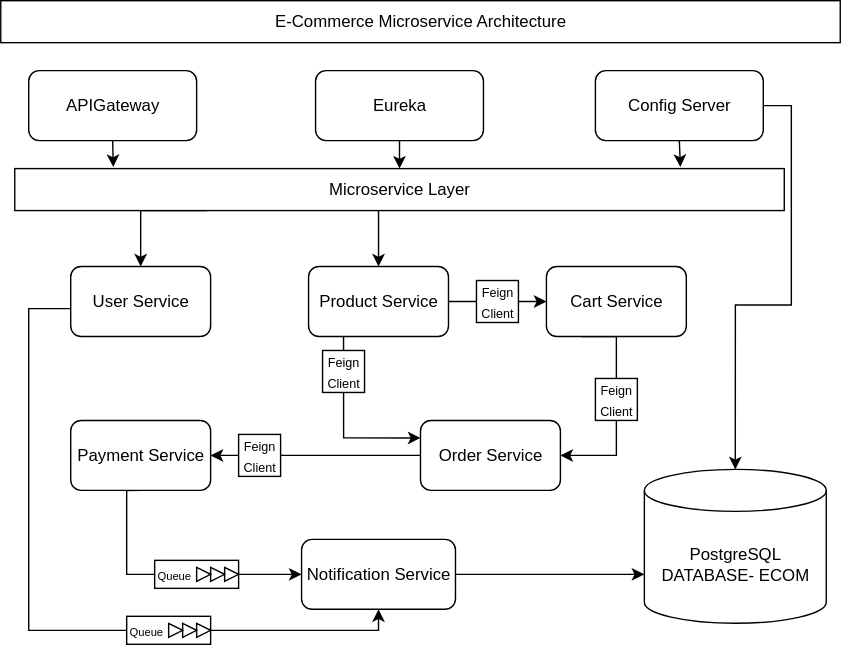
This is Documents/ECom Architecture Dia.svg from Avi0o0/ECommerce, a draw.io export, as it was before one commit. Source tidied: cells renumbered, new cells last; positions are measured from the earlier drawing's top-left corner, leaving out a move shared by most shapes. Its diagram source:
```xml
<mxGraphModel>
  <root>
    <mxCell id="0" />
    <mxCell id="1" parent="0" />
    <mxCell id="2" value="E-Commerce Microservice Architecture" style="rounded=0;whiteSpace=wrap;html=1;" parent="1" vertex="1">
      <mxGeometry width="600" height="30" as="geometry" />
    </mxCell>
    <mxCell id="3" value="APIGateway" style="rounded=1;whiteSpace=wrap;html=1;" parent="1" vertex="1">
      <mxGeometry x="20" y="50" width="120" height="50" as="geometry" />
    </mxCell>
    <mxCell id="4" style="edgeStyle=orthogonalEdgeStyle;rounded=0;jettySize=auto;html=1;exitX=0.5;exitY=1;exitDx=0;exitDy=0;entryX=0.5;entryY=0;entryDx=0;entryDy=0;" parent="1" edge="1" source="5" target="9">
      <mxGeometry relative="1" as="geometry" />
    </mxCell>
    <mxCell id="5" value="Eureka" style="rounded=1;whiteSpace=wrap;html=1;" parent="1" vertex="1">
      <mxGeometry x="225" y="50" width="120" height="50" as="geometry" />
    </mxCell>
    <mxCell id="6" value="Config Server" style="rounded=1;whiteSpace=wrap;html=1;" parent="1" vertex="1">
      <mxGeometry x="425" y="50" width="120" height="50" as="geometry" />
    </mxCell>
    <mxCell id="7" style="edgeStyle=orthogonalEdgeStyle;rounded=0;jettySize=auto;html=1;exitX=0.25;exitY=1;exitDx=0;exitDy=0;entryX=0.5;entryY=0;entryDx=0;entryDy=0;" parent="1" edge="1" source="9" target="11">
      <mxGeometry relative="1" as="geometry">
        <Array as="points">
          <mxPoint x="100" y="150" />
        </Array>
      </mxGeometry>
    </mxCell>
    <mxCell id="8" style="edgeStyle=orthogonalEdgeStyle;rounded=0;jettySize=auto;html=1;entryX=0.5;entryY=0;entryDx=0;entryDy=0;" parent="1" edge="1" target="14">
      <mxGeometry relative="1" as="geometry">
        <mxPoint x="270" y="140" as="sourcePoint" />
      </mxGeometry>
    </mxCell>
    <mxCell id="9" value="Microservice Layer" style="rounded=0;whiteSpace=wrap;html=1;" parent="1" vertex="1">
      <mxGeometry x="10" y="120" width="550" height="30" as="geometry" />
    </mxCell>
    <mxCell id="10" style="edgeStyle=orthogonalEdgeStyle;rounded=0;jettySize=auto;html=1;entryX=0.5;entryY=1;entryDx=0;entryDy=0;" parent="1" edge="1" source="11" target="19">
      <mxGeometry relative="1" as="geometry">
        <Array as="points">
          <mxPoint x="20" y="220" />
          <mxPoint x="20" y="450" />
          <mxPoint x="270" y="450" />
        </Array>
      </mxGeometry>
    </mxCell>
    <mxCell id="11" value="User Service" style="rounded=1;whiteSpace=wrap;html=1;" parent="1" vertex="1">
      <mxGeometry x="50" y="190" width="100" height="50" as="geometry" />
    </mxCell>
    <mxCell id="12" style="edgeStyle=orthogonalEdgeStyle;rounded=0;jettySize=auto;html=1;exitX=1;exitY=0.5;exitDx=0;exitDy=0;entryX=0;entryY=0.5;entryDx=0;entryDy=0;" parent="1" edge="1" source="14" target="16">
      <mxGeometry relative="1" as="geometry" />
    </mxCell>
    <mxCell id="13" style="edgeStyle=orthogonalEdgeStyle;rounded=0;jettySize=auto;html=1;exitX=0.25;exitY=1;exitDx=0;exitDy=0;entryX=0;entryY=0.25;entryDx=0;entryDy=0;" parent="1" edge="1" source="14" target="21">
      <mxGeometry relative="1" as="geometry" />
    </mxCell>
    <mxCell id="14" value="Product Service" style="rounded=1;whiteSpace=wrap;html=1;" parent="1" vertex="1">
      <mxGeometry x="220" y="190" width="100" height="50" as="geometry" />
    </mxCell>
    <mxCell id="15" style="edgeStyle=orthogonalEdgeStyle;rounded=0;jettySize=auto;html=1;exitX=0.25;exitY=1;exitDx=0;exitDy=0;entryX=1;entryY=0.5;entryDx=0;entryDy=0;" parent="1" edge="1" source="16" target="21">
      <mxGeometry relative="1" as="geometry">
        <Array as="points">
          <mxPoint x="440" y="240" />
          <mxPoint x="440" y="325" />
        </Array>
      </mxGeometry>
    </mxCell>
    <mxCell id="16" value="Cart Service" style="rounded=1;whiteSpace=wrap;html=1;" parent="1" vertex="1">
      <mxGeometry x="390" y="190" width="100" height="50" as="geometry" />
    </mxCell>
    <mxCell id="17" style="edgeStyle=orthogonalEdgeStyle;rounded=0;jettySize=auto;html=1;exitX=0.5;exitY=1;exitDx=0;exitDy=0;entryX=0;entryY=0.5;entryDx=0;entryDy=0;" parent="1" edge="1" source="18" target="19">
      <mxGeometry relative="1" as="geometry">
        <Array as="points">
          <mxPoint x="90" y="350" />
          <mxPoint x="90" y="410" />
        </Array>
      </mxGeometry>
    </mxCell>
    <mxCell id="18" value="Payment Service" style="rounded=1;whiteSpace=wrap;html=1;" parent="1" vertex="1">
      <mxGeometry x="50" y="300" width="100" height="50" as="geometry" />
    </mxCell>
    <mxCell id="19" value="Notification Service" style="rounded=1;whiteSpace=wrap;html=1;" parent="1" vertex="1">
      <mxGeometry x="215" y="385" width="110" height="50" as="geometry" />
    </mxCell>
    <mxCell id="20" style="edgeStyle=orthogonalEdgeStyle;rounded=0;jettySize=auto;html=1;entryX=1;entryY=0.5;entryDx=0;entryDy=0;" parent="1" edge="1" source="21" target="18">
      <mxGeometry relative="1" as="geometry" />
    </mxCell>
    <mxCell id="21" value="Order Service" style="rounded=1;whiteSpace=wrap;html=1;" parent="1" vertex="1">
      <mxGeometry x="300" y="300" width="100" height="50" as="geometry" />
    </mxCell>
    <mxCell id="22" value="PostgreSQL&lt;br&gt;DATABASE- ECOM" style="shape=cylinder3;whiteSpace=wrap;html=1;boundedLbl=1;backgroundOutline=1;size=15;" parent="1" vertex="1">
      <mxGeometry x="460" y="335" width="130" height="110" as="geometry" />
    </mxCell>
    <mxCell id="23" value="&lt;font style=&quot;font-size: 9px;&quot;&gt;Feign Client&lt;/font&gt;" style="rounded=0;whiteSpace=wrap;html=1;" parent="1" vertex="1">
      <mxGeometry x="340" y="200" width="30" height="30" as="geometry" />
    </mxCell>
    <mxCell id="24" value="&lt;font style=&quot;font-size: 9px;&quot;&gt;Feign Client&lt;/font&gt;" style="rounded=0;whiteSpace=wrap;html=1;" parent="1" vertex="1">
      <mxGeometry x="425" y="270" width="30" height="30" as="geometry" />
    </mxCell>
    <mxCell id="25" value="&lt;font style=&quot;font-size: 9px;&quot;&gt;Feign Client&lt;/font&gt;" style="rounded=0;whiteSpace=wrap;html=1;" parent="1" vertex="1">
      <mxGeometry x="170" y="310" width="30" height="30" as="geometry" />
    </mxCell>
    <mxCell id="26" value="&lt;font style=&quot;font-size: 9px;&quot;&gt;Feign Client&lt;/font&gt;" style="rounded=0;whiteSpace=wrap;html=1;" parent="1" vertex="1">
      <mxGeometry x="230" y="250" width="30" height="30" as="geometry" />
    </mxCell>
    <mxCell id="27" value="&lt;font style=&quot;font-size: 8px;&quot;&gt;Queue&lt;/font&gt;" style="rounded=0;whiteSpace=wrap;html=1;align=left;" parent="1" vertex="1">
      <mxGeometry x="110" y="400" width="60" height="20" as="geometry" />
    </mxCell>
    <mxCell id="28" style="triangle;whiteSpace=wrap;html=1;" parent="1" vertex="1">
      <mxGeometry x="160" y="405" width="10" height="10" as="geometry" />
    </mxCell>
    <mxCell id="29" style="triangle;whiteSpace=wrap;html=1;" parent="1" vertex="1">
      <mxGeometry x="150" y="405" width="10" height="10" as="geometry" />
    </mxCell>
    <mxCell id="30" style="triangle;whiteSpace=wrap;html=1;" parent="1" vertex="1">
      <mxGeometry x="140" y="405" width="10" height="10" as="geometry" />
    </mxCell>
    <mxCell id="31" value="&lt;font style=&quot;font-size: 8px;&quot;&gt;Queue&lt;/font&gt;" style="rounded=0;whiteSpace=wrap;html=1;align=left;" parent="1" vertex="1">
      <mxGeometry x="90" y="440" width="60" height="20" as="geometry" />
    </mxCell>
    <mxCell id="32" style="triangle;whiteSpace=wrap;html=1;" parent="1" vertex="1">
      <mxGeometry x="140" y="445" width="10" height="10" as="geometry" />
    </mxCell>
    <mxCell id="33" style="triangle;whiteSpace=wrap;html=1;" parent="1" vertex="1">
      <mxGeometry x="130" y="445" width="10" height="10" as="geometry" />
    </mxCell>
    <mxCell id="34" style="triangle;whiteSpace=wrap;html=1;" parent="1" vertex="1">
      <mxGeometry x="120" y="445" width="10" height="10" as="geometry" />
    </mxCell>
    <mxCell id="35" style="edgeStyle=orthogonalEdgeStyle;rounded=0;jettySize=auto;html=1;exitX=1;exitY=0.5;exitDx=0;exitDy=0;entryX=0;entryY=0;entryDx=0;entryDy=75;entryPerimeter=0;" parent="1" edge="1" source="19" target="22">
      <mxGeometry relative="1" as="geometry" />
    </mxCell>
    <mxCell id="36" style="edgeStyle=orthogonalEdgeStyle;rounded=0;jettySize=auto;html=1;exitX=1;exitY=0.5;exitDx=0;exitDy=0;entryX=0.5;entryY=0;entryDx=0;entryDy=0;entryPerimeter=0;" parent="1" edge="1" source="6" target="22">
      <mxGeometry relative="1" as="geometry" />
    </mxCell>
    <mxCell id="37" style="edgeStyle=orthogonalEdgeStyle;rounded=0;jettySize=auto;html=1;exitX=0.5;exitY=1;exitDx=0;exitDy=0;entryX=0.865;entryY=-0.039;entryDx=0;entryDy=0;entryPerimeter=0;" parent="1" edge="1" source="6" target="9">
      <mxGeometry relative="1" as="geometry" />
    </mxCell>
    <mxCell id="38" style="edgeStyle=orthogonalEdgeStyle;rounded=0;jettySize=auto;html=1;exitX=0.5;exitY=1;exitDx=0;exitDy=0;entryX=0.128;entryY=-0.039;entryDx=0;entryDy=0;entryPerimeter=0;" parent="1" edge="1" source="3" target="9">
      <mxGeometry relative="1" as="geometry" />
    </mxCell>
  </root>
</mxGraphModel>
```
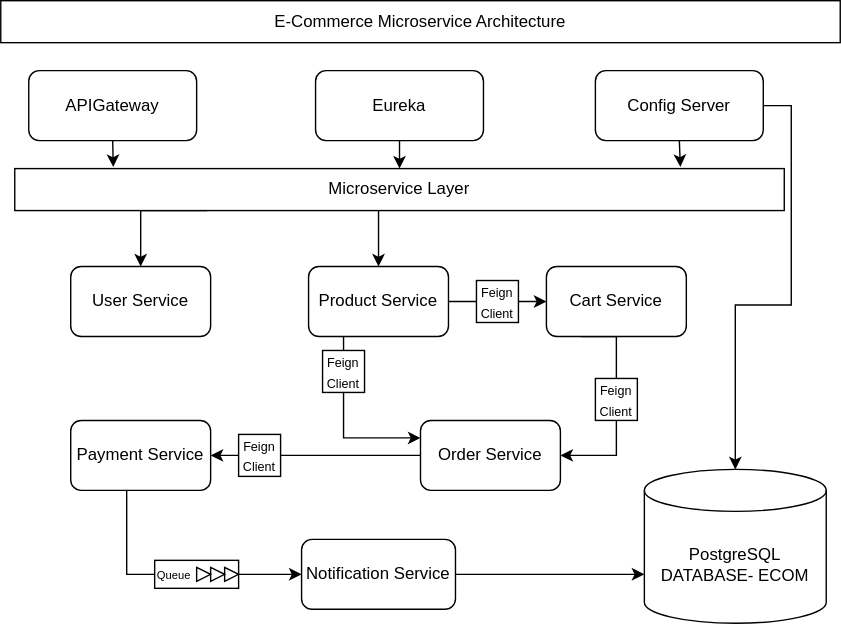
After the commit.

Change to the diagram source:
```diff
@@ -32,15 +32,6 @@
     <mxCell id="9" value="Microservice Layer" style="rounded=0;whiteSpace=wrap;html=1;" parent="1" vertex="1">
       <mxGeometry x="10" y="120" width="550" height="30" as="geometry" />
     </mxCell>
-    <mxCell id="10" style="edgeStyle=orthogonalEdgeStyle;rounded=0;jettySize=auto;html=1;entryX=0.5;entryY=1;entryDx=0;entryDy=0;" parent="1" edge="1" source="11" target="19">
-      <mxGeometry relative="1" as="geometry">
-        <Array as="points">
-          <mxPoint x="20" y="220" />
-          <mxPoint x="20" y="450" />
-          <mxPoint x="270" y="450" />
-        </Array>
-      </mxGeometry>
-    </mxCell>
     <mxCell id="11" value="User Service" style="rounded=1;whiteSpace=wrap;html=1;" parent="1" vertex="1">
       <mxGeometry x="50" y="190" width="100" height="50" as="geometry" />
     </mxCell>
@@ -111,18 +102,11 @@
     <mxCell id="30" style="triangle;whiteSpace=wrap;html=1;" parent="1" vertex="1">
       <mxGeometry x="140" y="405" width="10" height="10" as="geometry" />
     </mxCell>
-    <mxCell id="31" value="&lt;font style=&quot;font-size: 8px;&quot;&gt;Queue&lt;/font&gt;" style="rounded=0;whiteSpace=wrap;html=1;align=left;" parent="1" vertex="1">
-      <mxGeometry x="90" y="440" width="60" height="20" as="geometry" />
-    </mxCell>
-    <mxCell id="32" style="triangle;whiteSpace=wrap;html=1;" parent="1" vertex="1">
-      <mxGeometry x="140" y="445" width="10" height="10" as="geometry" />
-    </mxCell>
-    <mxCell id="33" style="triangle;whiteSpace=wrap;html=1;" parent="1" vertex="1">
-      <mxGeometry x="130" y="445" width="10" height="10" as="geometry" />
-    </mxCell>
-    <mxCell id="34" style="triangle;whiteSpace=wrap;html=1;" parent="1" vertex="1">
-      <mxGeometry x="120" y="445" width="10" height="10" as="geometry" />
-    </mxCell>
+    <mxCell id="39" style="edgeStyle=orthogonalEdgeStyle;rounded=0;jettySize=auto;html=1;entryX=1;entryY=0.5;entryDx=0;entryDy=0;" parent="1" edge="1" source="x">
+      <mxGeometry relative="1" as="geometry">
+        <mxPoint x="150" y="450" as="targetPoint" />
+      </mxGeometry>
+    </mxCell>
     <mxCell id="35" style="edgeStyle=orthogonalEdgeStyle;rounded=0;jettySize=auto;html=1;exitX=1;exitY=0.5;exitDx=0;exitDy=0;entryX=0;entryY=0;entryDx=0;entryDy=75;entryPerimeter=0;" parent="1" edge="1" source="19" target="22">
       <mxGeometry relative="1" as="geometry" />
     </mxCell>
```
